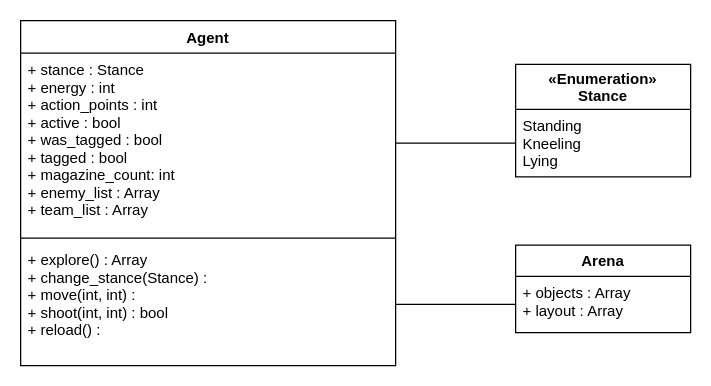
Before: page "class_diag" (3 of 3) of Documentation/game_world_2st_draft.drawio in MARS-Group-HAW/model-mars-laser-tag-game, a draw.io diagram. Source tidied: cells renumbered, new cells numbered last; positions are measured from the earlier drawing's top-left corner, leaving out a move shared by most shapes. Both pictures are drawn from the tidied source at 125%, with x=0, y=0 at pixel (20, 20).
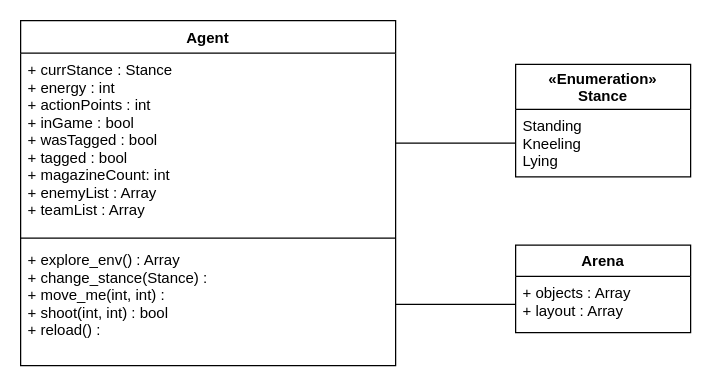
The same page after the edit.

Commit message (it also covers changes not shown here):
updated class diagram

The edit, as a diff of the source:
```diff
@@
 <mxGraphModel>
   <root>
     <mxCell id="0" />
     <mxCell id="1" parent="0" />
     <mxCell id="2" value="Agent" style="swimlane;fontStyle=1;align=center;verticalAlign=top;horizontal=1;startSize=26;" parent="1" vertex="1">
       <mxGeometry width="300" height="276" as="geometry" />
     </mxCell>
-    <mxCell id="3" value="+ stance : Stance&#10;+ energy : int&#10;+ action_points : int&#10;+ active : bool&#10;+ was_tagged : bool&#10;+ tagged : bool&#10;+ magazine_count: int&#10;+ enemy_list : Array&#10;+ team_list : Array&#10;" style="text;strokeColor=none;fillColor=none;align=left;verticalAlign=top;spacingLeft=4;spacingRight=4;overflow=hidden;points=[[0,0.5],[1,0.5]];portConstraint=eastwest;" parent="2" vertex="1">
+    <mxCell id="3" value="+ currStance : Stance&#10;+ energy : int&#10;+ actionPoints : int&#10;+ inGame : bool&#10;+ wasTagged : bool&#10;+ tagged : bool&#10;+ magazineCount: int&#10;+ enemyList : Array&#10;+ teamList : Array&#10;" style="text;strokeColor=none;fillColor=none;align=left;verticalAlign=top;spacingLeft=4;spacingRight=4;overflow=hidden;points=[[0,0.5],[1,0.5]];portConstraint=eastwest;" parent="2" vertex="1">
       <mxGeometry y="26" width="300" height="144" as="geometry" />
     </mxCell>
     <mxCell id="4" style="line;strokeWidth=1;fillColor=none;align=left;verticalAlign=middle;spacingTop=-1;spacingLeft=3;spacingRight=3;labelPosition=right;" parent="2" vertex="1">
       <mxGeometry y="170" width="300" height="8" as="geometry" />
     </mxCell>
-    <mxCell id="5" value="+ explore() : Array&#10;+ change_stance(Stance) : &#10;+ move(int, int) : &#10;+ shoot(int, int) : bool&#10;+ reload() : " style="text;strokeColor=none;fillColor=none;align=left;verticalAlign=top;spacingLeft=4;spacingRight=4;overflow=hidden;points=[[0,0.5],[1,0.5]];portConstraint=eastwest;" parent="2" vertex="1">
+    <mxCell id="5" value="+ explore_env() : Array&#10;+ change_stance(Stance) : &#10;+ move_me(int, int) : &#10;+ shoot(int, int) : bool&#10;+ reload() : " style="text;strokeColor=none;fillColor=none;align=left;verticalAlign=top;spacingLeft=4;spacingRight=4;overflow=hidden;points=[[0,0.5],[1,0.5]];portConstraint=eastwest;" parent="2" vertex="1">
       <mxGeometry y="178" width="300" height="98" as="geometry" />
     </mxCell>
     <mxCell id="6" style="edgeStyle=orthogonalEdgeStyle;rounded=0;jettySize=auto;html=1;entryX=1;entryY=0.5;entryDx=0;entryDy=0;endArrow=none;endFill=0;exitX=0;exitY=0.5;exitDx=0;exitDy=0;" parent="1" edge="1" source="11" target="3">
       <mxGeometry relative="1" as="geometry" />
     </mxCell>
     <mxCell id="7" style="edgeStyle=orthogonalEdgeStyle;rounded=0;jettySize=auto;html=1;entryX=1;entryY=0.5;entryDx=0;entryDy=0;endArrow=none;endFill=0;exitX=0;exitY=0.5;exitDx=0;exitDy=0;" parent="1" edge="1" source="9" target="5">
       <mxGeometry relative="1" as="geometry" />
     </mxCell>
     <mxCell id="8" value="Arena" style="swimlane;fontStyle=1;horizontal=1;startSize=25;fillColor=none;" parent="1" vertex="1">
       <mxGeometry x="396" y="179.5" width="140" height="70" as="geometry" />
     </mxCell>
     <mxCell id="9" value="+ objects : Array&#10;+ layout : Array&#10;&#10;&#10;" style="text;strokeColor=none;fillColor=none;align=left;verticalAlign=top;spacingLeft=4;spacingRight=4;overflow=hidden;points=[[0,0.5],[1,0.5]];portConstraint=eastwest;" parent="8" vertex="1">
       <mxGeometry y="25" width="140" height="45" as="geometry" />
     </mxCell>
     <mxCell id="10" value="«Enumeration»&#10;Stance" style="swimlane;fontStyle=1;horizontal=1;startSize=36;fillColor=none;" parent="1" vertex="1">
       <mxGeometry x="396" y="35" width="140" height="90" as="geometry" />
     </mxCell>
     <mxCell id="11" value="Standing&#10;Kneeling&#10;Lying&#10;" style="text;strokeColor=none;fillColor=none;align=left;verticalAlign=top;spacingLeft=4;spacingRight=4;overflow=hidden;points=[[0,0.5],[1,0.5]];portConstraint=eastwest;" parent="10" vertex="1">
       <mxGeometry y="36" width="140" height="54" as="geometry" />
     </mxCell>
   </root>
 </mxGraphModel>
```
